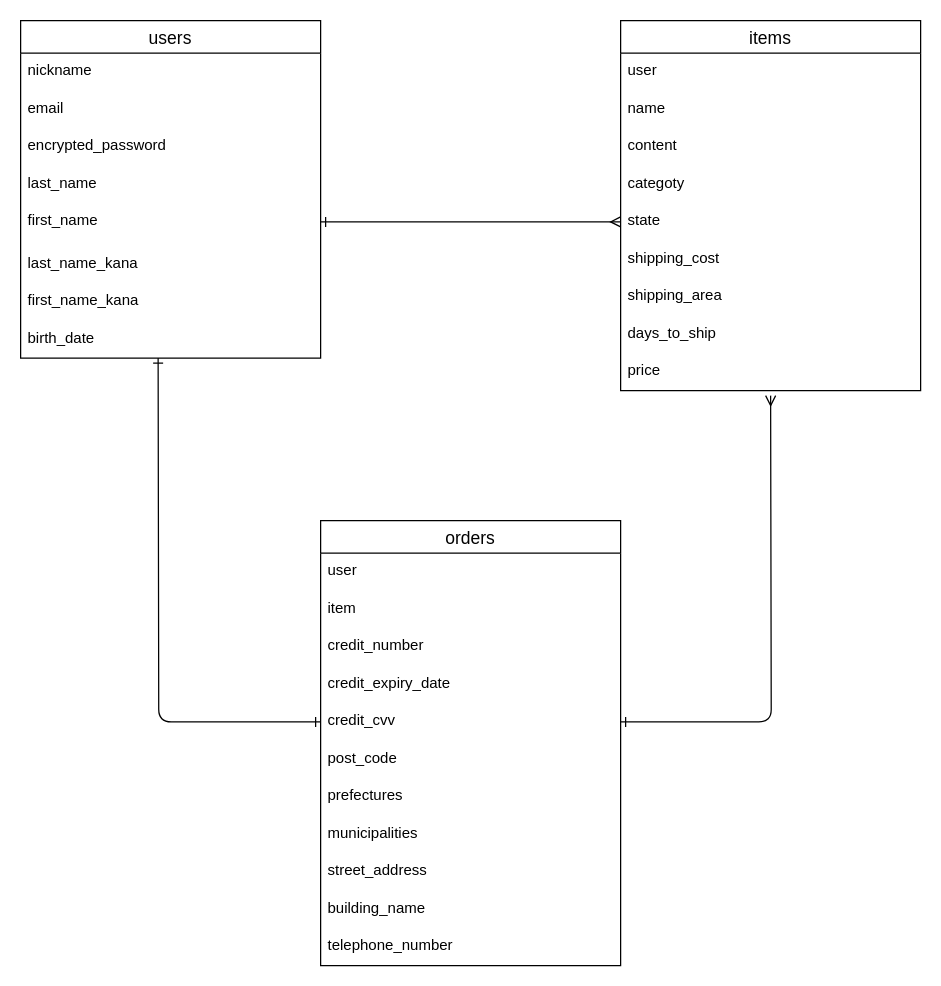
Earlier version of the draw.io diagram config/furima.dio (hirosetino/furima-39828). Source tidied: cells renumbered, new cells numbered last; positions are measured from the earlier drawing's top-left corner, leaving out a move shared by most shapes. Both pictures are drawn from the tidied source at 125%, with x=0, y=0 at pixel (20, 20).
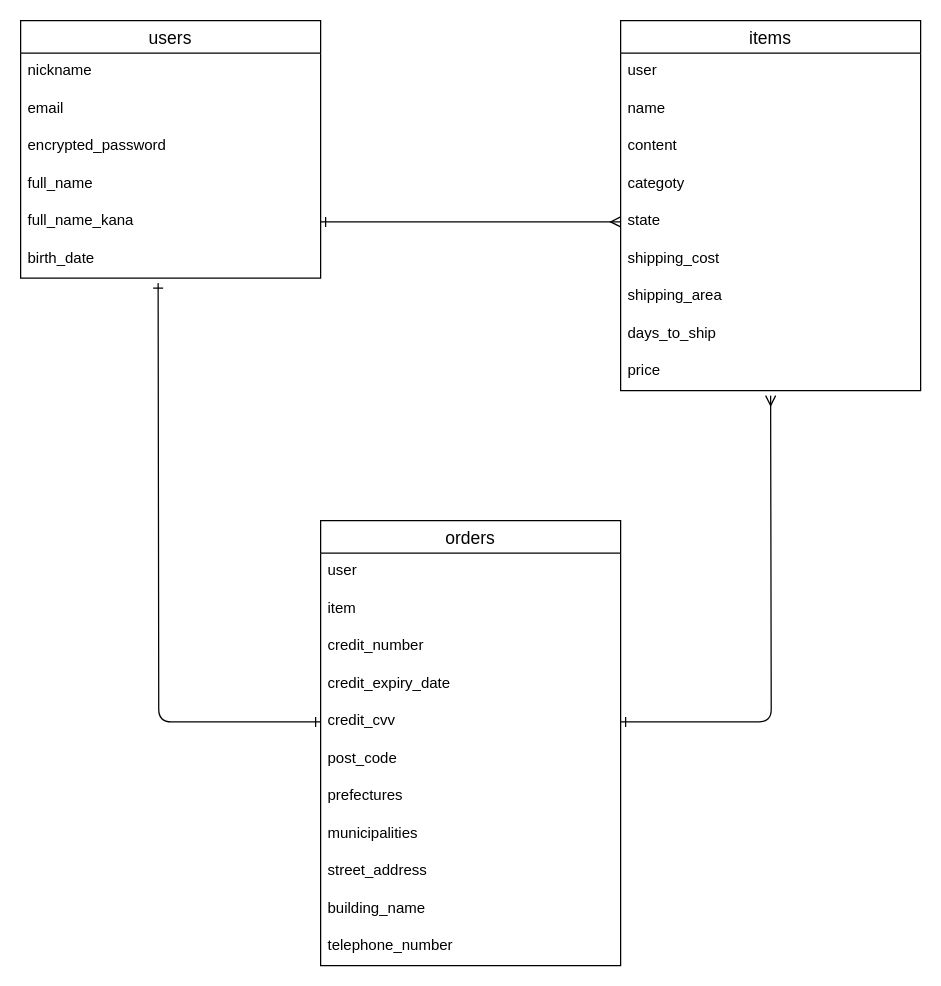
The same diagram, later.

Commit message (it also covers changes not shown here):
データベース設計修正

The change refers to these unchanged cells:
```xml
<mxCell id="26" value="credit_cvv" style="text;strokeColor=none;fillColor=none;spacingLeft=4;spacingRight=4;overflow=hidden;points=[[0,0.5],[1,0.5]];portConstraint=eastwest;fontSize=12;" parent="21" vertex="1">
  <mxGeometry y="146" width="240" height="30" as="geometry" />
</mxCell>
```

The edit, as a diff of the source:
```diff
@@
     <mxCell id="2" value="users" style="swimlane;fontStyle=0;horizontal=1;startSize=26;align=center;fontSize=14;" parent="1" vertex="1">
-      <mxGeometry width="240" height="270" as="geometry" />
+      <mxGeometry width="240" height="206" as="geometry" />
     </mxCell>
@@
-    <mxCell id="6" value="last_name" style="text;strokeColor=none;fillColor=none;spacingLeft=4;spacingRight=4;overflow=hidden;fontSize=12;" parent="2" vertex="1">
+    <mxCell id="6" value="full_name" style="text;strokeColor=none;fillColor=none;spacingLeft=4;spacingRight=4;overflow=hidden;fontSize=12;" parent="2" vertex="1">
       <mxGeometry y="116" width="240" height="30" as="geometry" />
     </mxCell>
-    <mxCell id="7" value="first_name" style="text;strokeColor=none;fillColor=none;spacingLeft=4;spacingRight=4;overflow=hidden;fontSize=12;" parent="2" vertex="1">
-      <mxGeometry y="146" width="240" height="34" as="geometry" />
-    </mxCell>
-    <mxCell id="8" value="last_name_kana" style="text;strokeColor=none;fillColor=none;spacingLeft=4;spacingRight=4;overflow=hidden;fontSize=12;" parent="2" vertex="1">
-      <mxGeometry y="180" width="240" height="30" as="geometry" />
+    <mxCell id="8" value="full_name_kana" style="text;strokeColor=none;fillColor=none;spacingLeft=4;spacingRight=4;overflow=hidden;fontSize=12;" parent="2" vertex="1">
+      <mxGeometry y="146" width="240" height="30" as="geometry" />
     </mxCell>
-    <mxCell id="9" value="first_name_kana" style="text;strokeColor=none;fillColor=none;spacingLeft=4;spacingRight=4;overflow=hidden;fontSize=12;" parent="2" vertex="1">
-      <mxGeometry y="210" width="240" height="30" as="geometry" />
-    </mxCell>
     <mxCell id="10" value="birth_date" style="text;strokeColor=none;fillColor=none;spacingLeft=4;spacingRight=4;overflow=hidden;fontSize=12;" parent="2" vertex="1">
-      <mxGeometry y="240" width="240" height="30" as="geometry" />
+      <mxGeometry y="176" width="240" height="30" as="geometry" />
     </mxCell>
@@
     <mxCell id="34" style="edgeStyle=orthogonalEdgeStyle;html=1;exitX=0;exitY=0.5;exitDx=0;exitDy=0;startArrow=ERone;startFill=0;endArrow=ERone;endFill=0;" parent="1" edge="1" source="26">
       <mxGeometry relative="1" as="geometry">
-        <mxPoint x="110" y="270" as="targetPoint" />
+        <mxPoint x="110" y="210" as="targetPoint" />
       </mxGeometry>
     </mxCell>
```
